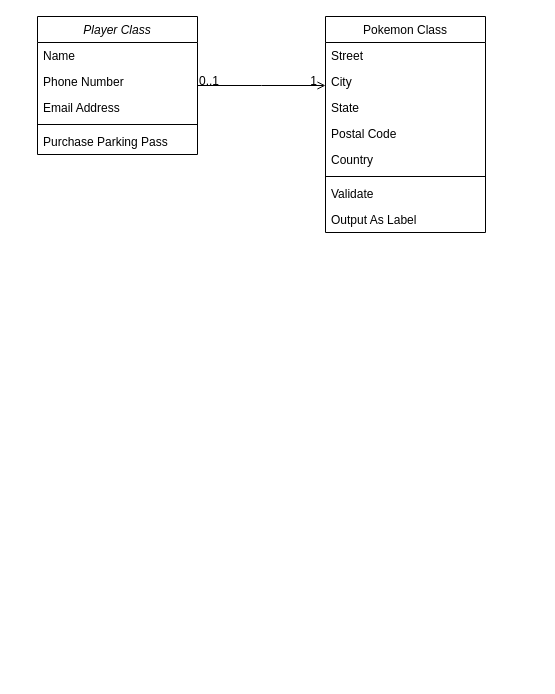
Before: Untitled Diagram.drawio in tpmmthomas/ierg3080-pokemon-go, a draw.io diagram. Source tidied: cells renumbered, new cells numbered last; positions are measured from the earlier drawing's top-left corner, leaving out a move shared by most shapes. Both pictures are drawn from the tidied source at 100%, with x=0, y=0 at pixel (37, 16).
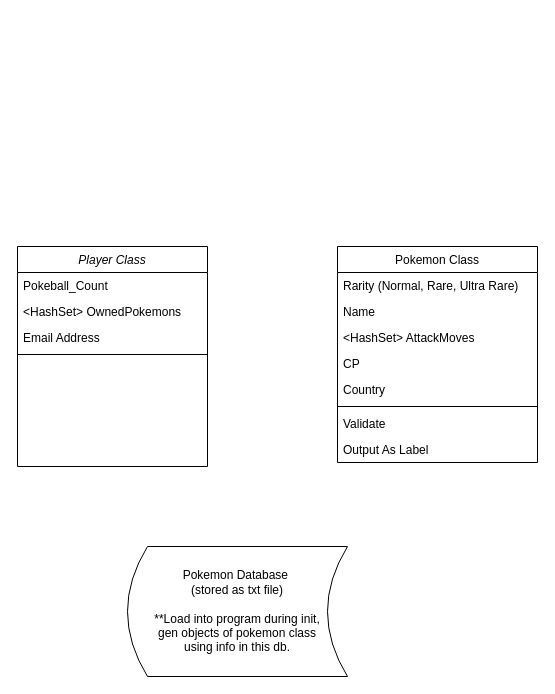
The same diagram, later.

What changed in the source:
```diff
@@
     <mxCell id="2" value="Player Class" style="swimlane;fontStyle=2;align=center;verticalAlign=top;horizontal=1;startSize=26;rounded=0;shadow=0;strokeWidth=1;" parent="1" vertex="1">
-      <mxGeometry width="160" height="138" as="geometry" />
+      <mxGeometry x="-20" y="230" width="190" height="220" as="geometry" />
     </mxCell>
-    <mxCell id="3" value="Name" style="text;align=left;verticalAlign=top;spacingLeft=4;spacingRight=4;overflow=hidden;" parent="2" vertex="1">
-      <mxGeometry y="26" width="160" height="26" as="geometry" />
+    <mxCell id="3" value="Pokeball_Count" style="text;align=left;verticalAlign=top;spacingLeft=4;spacingRight=4;overflow=hidden;" parent="2" vertex="1">
+      <mxGeometry y="26" width="190" height="26" as="geometry" />
     </mxCell>
-    <mxCell id="4" value="Phone Number" style="text;align=left;verticalAlign=top;spacingLeft=4;spacingRight=4;overflow=hidden;rounded=0;shadow=0;html=0;" parent="2" vertex="1">
-      <mxGeometry y="52" width="160" height="26" as="geometry" />
+    <mxCell id="4" value="&lt;HashSet&gt; OwnedPokemons" style="text;align=left;verticalAlign=top;spacingLeft=4;spacingRight=4;overflow=hidden;rounded=0;shadow=0;html=0;" parent="2" vertex="1">
+      <mxGeometry y="52" width="190" height="26" as="geometry" />
     </mxCell>
     <mxCell id="5" value="Email Address" style="text;align=left;verticalAlign=top;spacingLeft=4;spacingRight=4;overflow=hidden;rounded=0;shadow=0;html=0;" parent="2" vertex="1">
-      <mxGeometry y="78" width="160" height="26" as="geometry" />
+      <mxGeometry y="78" width="190" height="26" as="geometry" />
     </mxCell>
     <mxCell id="6" style="line;html=1;strokeWidth=1;align=left;verticalAlign=middle;spacingTop=-1;spacingLeft=3;spacingRight=3;labelPosition=right;" parent="2" vertex="1">
-      <mxGeometry y="104" width="160" height="8" as="geometry" />
+      <mxGeometry y="104" width="190" height="8" as="geometry" />
     </mxCell>
-    <mxCell id="7" value="Purchase Parking Pass" style="text;align=left;verticalAlign=top;spacingLeft=4;spacingRight=4;overflow=hidden;" parent="2" vertex="1">
-      <mxGeometry y="112" width="160" height="26" as="geometry" />
-    </mxCell>
     <mxCell id="8" value="Pokemon Class" style="swimlane;fontStyle=0;align=center;verticalAlign=top;horizontal=1;startSize=26;rounded=0;shadow=0;strokeWidth=1;" parent="1" vertex="1">
-      <mxGeometry x="288" width="160" height="216" as="geometry" />
+      <mxGeometry x="300" y="230" width="200" height="216" as="geometry" />
     </mxCell>
-    <mxCell id="9" value="Street" style="text;align=left;verticalAlign=top;spacingLeft=4;spacingRight=4;overflow=hidden;" parent="8" vertex="1">
-      <mxGeometry y="26" width="160" height="26" as="geometry" />
+    <mxCell id="9" value="Rarity (Normal, Rare, Ultra Rare)&#10;" style="text;align=left;verticalAlign=top;spacingLeft=4;spacingRight=4;overflow=hidden;" parent="8" vertex="1">
+      <mxGeometry y="26" width="200" height="26" as="geometry" />
     </mxCell>
-    <mxCell id="10" value="City" style="text;align=left;verticalAlign=top;spacingLeft=4;spacingRight=4;overflow=hidden;rounded=0;shadow=0;html=0;" parent="8" vertex="1">
-      <mxGeometry y="52" width="160" height="26" as="geometry" />
+    <mxCell id="10" value="Name" style="text;align=left;verticalAlign=top;spacingLeft=4;spacingRight=4;overflow=hidden;rounded=0;shadow=0;html=0;" parent="8" vertex="1">
+      <mxGeometry y="52" width="200" height="26" as="geometry" />
     </mxCell>
-    <mxCell id="11" value="State" style="text;align=left;verticalAlign=top;spacingLeft=4;spacingRight=4;overflow=hidden;rounded=0;shadow=0;html=0;" parent="8" vertex="1">
-      <mxGeometry y="78" width="160" height="26" as="geometry" />
+    <mxCell id="11" value="&lt;HashSet&gt; AttackMoves" style="text;align=left;verticalAlign=top;spacingLeft=4;spacingRight=4;overflow=hidden;rounded=0;shadow=0;html=0;" parent="8" vertex="1">
+      <mxGeometry y="78" width="200" height="26" as="geometry" />
     </mxCell>
-    <mxCell id="12" value="Postal Code" style="text;align=left;verticalAlign=top;spacingLeft=4;spacingRight=4;overflow=hidden;rounded=0;shadow=0;html=0;" parent="8" vertex="1">
-      <mxGeometry y="104" width="160" height="26" as="geometry" />
+    <mxCell id="12" value="CP" style="text;align=left;verticalAlign=top;spacingLeft=4;spacingRight=4;overflow=hidden;rounded=0;shadow=0;html=0;" parent="8" vertex="1">
+      <mxGeometry y="104" width="200" height="26" as="geometry" />
     </mxCell>
     <mxCell id="13" value="Country" style="text;align=left;verticalAlign=top;spacingLeft=4;spacingRight=4;overflow=hidden;rounded=0;shadow=0;html=0;" parent="8" vertex="1">
-      <mxGeometry y="130" width="160" height="26" as="geometry" />
+      <mxGeometry y="130" width="200" height="26" as="geometry" />
     </mxCell>
     <mxCell id="14" style="line;html=1;strokeWidth=1;align=left;verticalAlign=middle;spacingTop=-1;spacingLeft=3;spacingRight=3;labelPosition=right;" parent="8" vertex="1">
-      <mxGeometry y="156" width="160" height="8" as="geometry" />
+      <mxGeometry y="156" width="200" height="8" as="geometry" />
     </mxCell>
     <mxCell id="15" value="Validate" style="text;align=left;verticalAlign=top;spacingLeft=4;spacingRight=4;overflow=hidden;" parent="8" vertex="1">
-      <mxGeometry y="164" width="160" height="26" as="geometry" />
+      <mxGeometry y="164" width="200" height="26" as="geometry" />
     </mxCell>
     <mxCell id="16" value="Output As Label" style="text;align=left;verticalAlign=top;spacingLeft=4;spacingRight=4;overflow=hidden;" parent="8" vertex="1">
-      <mxGeometry y="190" width="160" height="26" as="geometry" />
+      <mxGeometry y="190" width="200" height="26" as="geometry" />
     </mxCell>
-    <mxCell id="17" style="endArrow=open;shadow=0;strokeWidth=1;rounded=0;endFill=1;edgeStyle=elbowEdgeStyle;elbow=vertical;" parent="1" edge="1" source="2" target="8">
-      <mxGeometry x="0.5" y="41" relative="1" as="geometry">
-        <mxPoint x="-40" y="32" as="offset" />
-      </mxGeometry>
-    </mxCell>
-    <mxCell id="18" value="0..1" style="align=left;verticalAlign=bottom;labelBackgroundColor=none;fontSize=12;" parent="17" vertex="1">
-      <mxGeometry x="-1" relative="1" as="geometry">
-        <mxPoint y="4" as="offset" />
-      </mxGeometry>
-    </mxCell>
-    <mxCell id="19" value="1" style="align=right;verticalAlign=bottom;labelBackgroundColor=none;fontSize=12;" parent="17" vertex="1">
-      <mxGeometry x="1" relative="1" as="geometry">
-        <mxPoint x="-7" y="4" as="offset" />
-      </mxGeometry>
-    </mxCell>
+    <mxCell id="20" value="Pokemon Database&amp;nbsp;&lt;br&gt;(stored as txt file)&lt;br&gt;&lt;br&gt;**Load into program during init,&lt;br&gt;gen objects of pokemon class&lt;br&gt;using info in this db." style="shape=dataStorage;whiteSpace=wrap;html=1;fixedSize=1;" parent="1" vertex="1">
+      <mxGeometry x="90" y="530" width="220" height="130" as="geometry" />
+    </mxCell>
```
